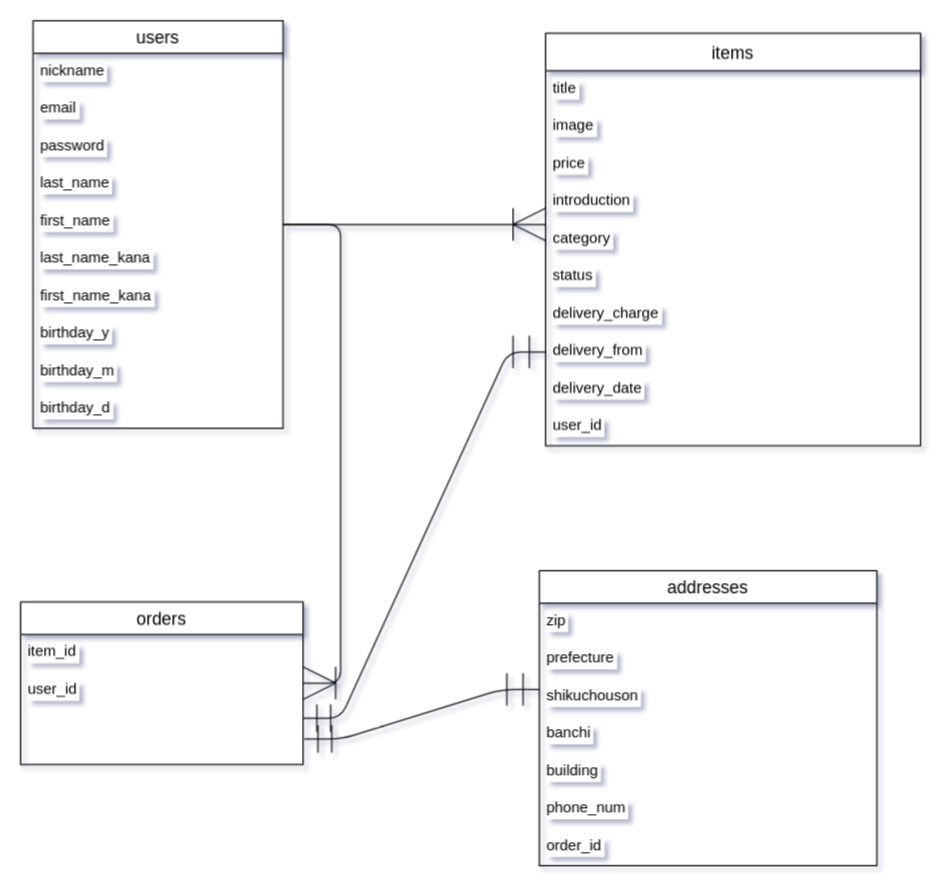
The draw.io diagram furima.dio in iehnfmsm/furima-38264, before the edit. Source tidied: cells renumbered, new cells numbered last; positions are measured from the earlier drawing's top-left corner, leaving out a move shared by most shapes. Both pictures are drawn from the tidied source at 125%, with x=0, y=0 at pixel (20, 20).
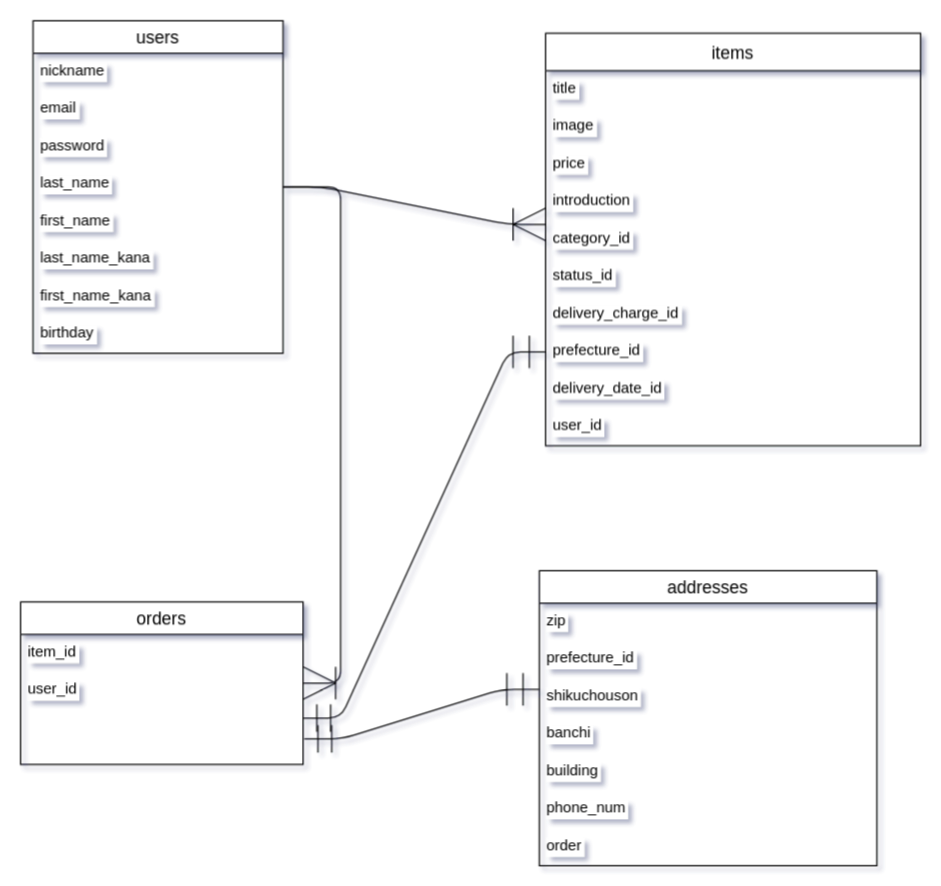
The same diagram, later.

Commit message (it also covers changes not shown here):
DB設計修正版（１）

The change refers to these unchanged cells:
```xml
<mxCell id="13" value="items" style="swimlane;fontStyle=0;horizontal=1;startSize=30;align=center;fontSize=14;labelBackgroundColor=#FFFFFF;fontColor=#000000;labelBorderColor=none;" parent="1" vertex="1">
  <mxGeometry x="420" y="10" width="300" height="330" as="geometry" />
</mxCell>
<mxCell id="28" value="addresses" style="swimlane;fontStyle=0;horizontal=1;startSize=26;align=center;fontSize=14;labelBackgroundColor=#FFFFFF;fontColor=#000000;labelBorderColor=none;" parent="1" vertex="1">
  <mxGeometry x="415" y="440" width="270" height="236" as="geometry" />
</mxCell>
```

Change to the diagram source:
```diff
@@
     <mxCell id="2" value="users" style="swimlane;fontStyle=0;horizontal=1;startSize=26;align=center;fontSize=14;labelBackgroundColor=#FFFFFF;fontColor=#000000;labelBorderColor=none;" parent="1" vertex="1">
-      <mxGeometry x="10" width="200" height="326" as="geometry" />
+      <mxGeometry x="10" width="200" height="266" as="geometry" />
     </mxCell>
@@
-    <mxCell id="10" value="birthday_y" style="text;strokeColor=none;fillColor=none;spacingLeft=4;spacingRight=4;overflow=hidden;fontSize=12;labelBackgroundColor=#FFFFFF;fontColor=#000000;labelBorderColor=none;" parent="2" vertex="1">
+    <mxCell id="10" value="birthday" style="text;strokeColor=none;fillColor=none;spacingLeft=4;spacingRight=4;overflow=hidden;fontSize=12;labelBackgroundColor=#FFFFFF;fontColor=#000000;labelBorderColor=none;" parent="2" vertex="1">
       <mxGeometry y="236" width="200" height="30" as="geometry" />
     </mxCell>
-    <mxCell id="11" value="birthday_m" style="text;strokeColor=none;fillColor=none;spacingLeft=4;spacingRight=4;overflow=hidden;fontSize=12;labelBackgroundColor=#FFFFFF;fontColor=#000000;labelBorderColor=none;" parent="2" vertex="1">
-      <mxGeometry y="266" width="200" height="30" as="geometry" />
-    </mxCell>
-    <mxCell id="12" value="birthday_d" style="text;strokeColor=none;fillColor=none;spacingLeft=4;spacingRight=4;overflow=hidden;fontSize=12;labelBackgroundColor=#FFFFFF;fontColor=#000000;labelBorderColor=none;" parent="2" vertex="1">
-      <mxGeometry y="296" width="200" height="30" as="geometry" />
-    </mxCell>
@@
-    <mxCell id="18" value="category" style="text;strokeColor=none;fillColor=none;spacingLeft=4;spacingRight=4;overflow=hidden;points=[[0,0.5],[1,0.5]];portConstraint=eastwest;fontSize=12;labelBackgroundColor=#FFFFFF;fontColor=#000000;labelBorderColor=none;" parent="13" vertex="1">
+    <mxCell id="18" value="category_id" style="text;strokeColor=none;fillColor=none;spacingLeft=4;spacingRight=4;overflow=hidden;points=[[0,0.5],[1,0.5]];portConstraint=eastwest;fontSize=12;labelBackgroundColor=#FFFFFF;fontColor=#000000;labelBorderColor=none;" parent="13" vertex="1">
       <mxGeometry y="150" width="300" height="30" as="geometry" />
     </mxCell>
-    <mxCell id="19" value="status" style="text;strokeColor=none;fillColor=none;spacingLeft=4;spacingRight=4;overflow=hidden;fontSize=12;labelBackgroundColor=#FFFFFF;fontColor=#000000;labelBorderColor=none;" parent="13" vertex="1">
+    <mxCell id="19" value="status_id" style="text;strokeColor=none;fillColor=none;spacingLeft=4;spacingRight=4;overflow=hidden;fontSize=12;labelBackgroundColor=#FFFFFF;fontColor=#000000;labelBorderColor=none;" parent="13" vertex="1">
       <mxGeometry y="180" width="300" height="30" as="geometry" />
     </mxCell>
-    <mxCell id="20" value="delivery_charge" style="text;strokeColor=none;fillColor=none;spacingLeft=4;spacingRight=4;overflow=hidden;fontSize=12;labelBackgroundColor=#FFFFFF;fontColor=#000000;labelBorderColor=none;" parent="13" vertex="1">
+    <mxCell id="20" value="delivery_charge_id" style="text;strokeColor=none;fillColor=none;spacingLeft=4;spacingRight=4;overflow=hidden;fontSize=12;labelBackgroundColor=#FFFFFF;fontColor=#000000;labelBorderColor=none;" parent="13" vertex="1">
       <mxGeometry y="210" width="300" height="30" as="geometry" />
     </mxCell>
-    <mxCell id="21" value="delivery_from" style="text;strokeColor=none;fillColor=none;spacingLeft=4;spacingRight=4;overflow=hidden;points=[[0,0.5],[1,0.5]];portConstraint=eastwest;fontSize=12;labelBackgroundColor=#FFFFFF;fontColor=#000000;labelBorderColor=none;" parent="13" vertex="1">
+    <mxCell id="21" value="prefecture_id" style="text;strokeColor=none;fillColor=none;spacingLeft=4;spacingRight=4;overflow=hidden;points=[[0,0.5],[1,0.5]];portConstraint=eastwest;fontSize=12;labelBackgroundColor=#FFFFFF;fontColor=#000000;labelBorderColor=none;" parent="13" vertex="1">
       <mxGeometry y="240" width="300" height="30" as="geometry" />
     </mxCell>
-    <mxCell id="22" value="delivery_date" style="text;strokeColor=none;fillColor=none;spacingLeft=4;spacingRight=4;overflow=hidden;fontSize=12;labelBackgroundColor=#FFFFFF;fontColor=#000000;labelBorderColor=none;" parent="13" vertex="1">
+    <mxCell id="22" value="delivery_date_id" style="text;strokeColor=none;fillColor=none;spacingLeft=4;spacingRight=4;overflow=hidden;fontSize=12;labelBackgroundColor=#FFFFFF;fontColor=#000000;labelBorderColor=none;" parent="13" vertex="1">
       <mxGeometry y="270" width="300" height="30" as="geometry" />
     </mxCell>
@@
-    <mxCell id="30" value="prefecture" style="text;strokeColor=none;fillColor=none;spacingLeft=4;spacingRight=4;overflow=hidden;fontSize=12;labelBackgroundColor=#FFFFFF;fontColor=#000000;labelBorderColor=none;" parent="28" vertex="1">
+    <mxCell id="30" value="prefecture_id" style="text;strokeColor=none;fillColor=none;spacingLeft=4;spacingRight=4;overflow=hidden;fontSize=12;labelBackgroundColor=#FFFFFF;fontColor=#000000;labelBorderColor=none;" parent="28" vertex="1">
       <mxGeometry y="56" width="270" height="30" as="geometry" />
     </mxCell>
@@
-    <mxCell id="35" value="order_id" style="text;strokeColor=none;fillColor=none;spacingLeft=4;spacingRight=4;overflow=hidden;fontSize=12;labelBackgroundColor=#FFFFFF;fontColor=#000000;labelBorderColor=none;" parent="28" vertex="1">
+    <mxCell id="35" value="order" style="text;strokeColor=none;fillColor=none;spacingLeft=4;spacingRight=4;overflow=hidden;fontSize=12;labelBackgroundColor=#FFFFFF;fontColor=#000000;labelBorderColor=none;" parent="28" vertex="1">
       <mxGeometry y="206" width="270" height="30" as="geometry" />
     </mxCell>
```
